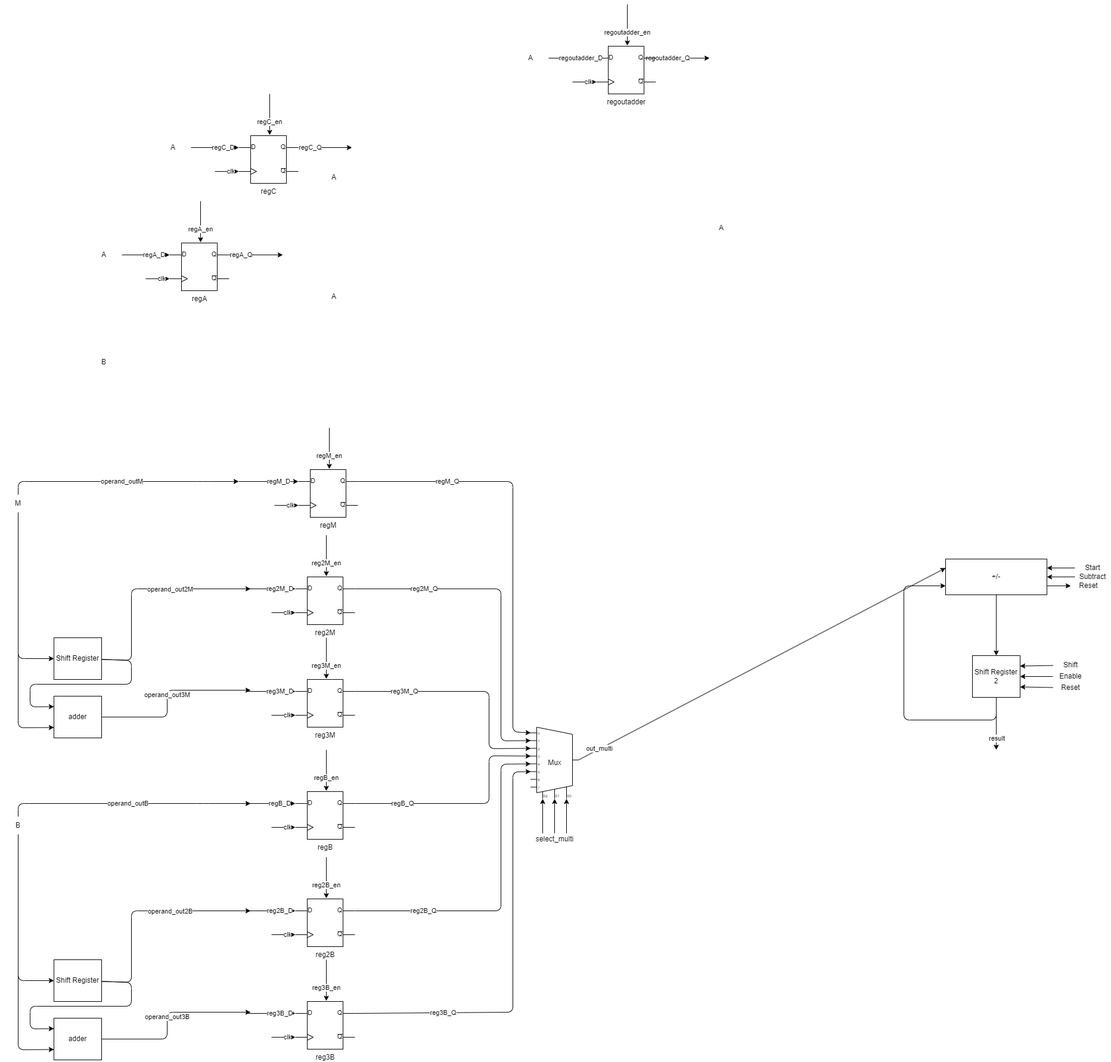
Before: montgomery_details.png, a diagram exported from draw.io (Tfloow/Montgomery). Source tidied: cells renumbered, new cells last; positions are measured from the earlier drawing's top-left corner, leaving out a move shared by most shapes.
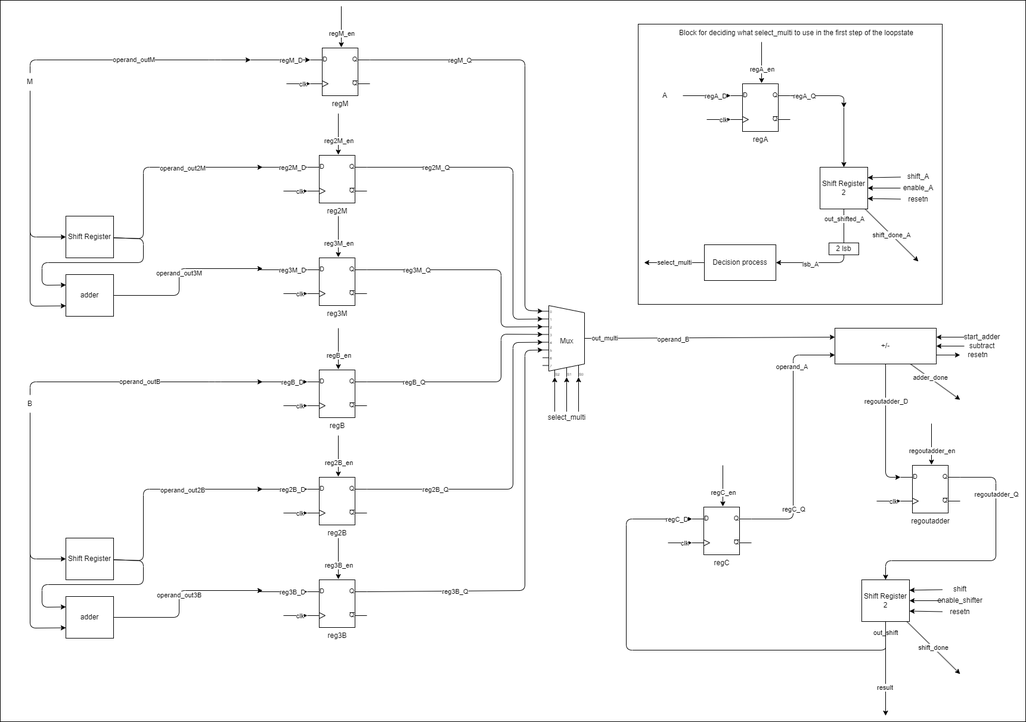
Above is the later version.

Commit message:
finished the details of montgomery

What changed in the source:
```diff
@@ -4,2 +4,8 @@
     <mxCell id="1" parent="0" />
+    <mxCell id="135" style="rounded=0;whiteSpace=wrap;html=1;" parent="1" vertex="1">
+      <mxGeometry x="-20" y="700" width="1720" height="1210" as="geometry" />
+    </mxCell>
+    <mxCell id="136" style="rounded=0;whiteSpace=wrap;html=1;" parent="1" vertex="1">
+      <mxGeometry x="1050" y="740" width="510" height="470" as="geometry" />
+    </mxCell>
     <mxCell id="2" style="edgeStyle=none;html=1;entryX=0;entryY=0.25;entryDx=0;entryDy=0;exitX=1;exitY=0.5;exitDx=0;exitDy=-5;exitPerimeter=0;" parent="1" edge="1" source="4" target="17">
@@ -10,2 +16,5 @@
     </mxCell>
+    <mxCell id="137" value="operand_B" style="edgeLabel;html=1;align=center;verticalAlign=middle;" parent="2" vertex="1">
+      <mxGeometry x="-0.32" y="-2" relative="1" as="geometry" />
+    </mxCell>
     <mxCell id="4" value="Mux" style="shadow=0;dashed=0;align=center;html=1;strokeWidth=1;shape=mxgraph.electrical.abstract.mux2;selectorPins=3;" parent="1" vertex="1">
@@ -76,5 +85,14 @@
     </mxCell>
-    <mxCell id="15" style="edgeStyle=none;html=1;entryX=0.5;entryY=0;entryDx=0;entryDy=0;" parent="1" edge="1" source="17" target="21">
-      <mxGeometry relative="1" as="geometry" />
+    <mxCell id="15" style="edgeStyle=none;html=1;entryX=0;entryY=0.25;entryDx=0;entryDy=0;entryPerimeter=0;" parent="1" edge="1" source="17" target="114">
+      <mxGeometry relative="1" as="geometry">
+        <Array as="points">
+          <mxPoint x="1465" y="1500" />
+        </Array>
+      </mxGeometry>
     </mxCell>
+    <mxCell id="116" value="regoutadder_D" style="edgeLabel;html=1;align=center;verticalAlign=middle;" parent="15" vertex="1">
+      <mxGeometry x="-0.79" y="-2" relative="1" as="geometry">
+        <mxPoint x="2" y="39" as="offset" />
+      </mxGeometry>
+    </mxCell>
     <mxCell id="16" style="edgeStyle=none;html=1;exitX=1;exitY=0.75;exitDx=0;exitDy=0;entryX=0;entryY=0.5;entryDx=0;entryDy=0;" parent="1" edge="1" source="17" target="30">
@@ -82,24 +100,38 @@
     </mxCell>
+    <mxCell id="138" style="edgeStyle=none;html=1;" parent="1" edge="1" source="17">
+      <mxGeometry relative="1" as="geometry">
+        <mxPoint x="1590" y="1370" as="targetPoint" />
+      </mxGeometry>
+    </mxCell>
+    <mxCell id="139" value="adder_done" style="edgeLabel;html=1;align=center;verticalAlign=middle;" parent="138" vertex="1">
+      <mxGeometry x="-0.22" y="1" relative="1" as="geometry" />
+    </mxCell>
     <mxCell id="17" value="+/-" style="rounded=0;whiteSpace=wrap;html=1;" parent="1" vertex="1">
-      <mxGeometry x="1586" y="930" width="170" height="60" as="geometry" />
+      <mxGeometry x="1380" y="1250" width="170" height="60" as="geometry" />
     </mxCell>
-    <mxCell id="18" style="edgeStyle=none;html=1;" parent="1" edge="1" source="21">
-      <mxGeometry relative="1" as="geometry">
-        <mxPoint x="1671" y="1250" as="targetPoint" />
-      </mxGeometry>
-    </mxCell>
+    <mxCell id="140" value="shift_done" style="edgeStyle=none;html=1;" parent="1" edge="1" source="21">
+      <mxGeometry relative="1" as="geometry">
+        <mxPoint x="1590" y="1830" as="targetPoint" />
+      </mxGeometry>
+    </mxCell>
+    <mxCell id="141" value="out_shift" style="edgeStyle=none;html=1;entryX=0;entryY=0.25;entryDx=0;entryDy=0;entryPerimeter=0;" parent="1" edge="1" source="21" target="104">
+      <mxGeometry x="-0.96" relative="1" as="geometry">
+        <Array as="points">
+          <mxPoint x="1465" y="1770" />
+          <mxPoint x="1465" y="1790" />
+          <mxPoint x="1030" y="1790" />
+          <mxPoint x="1030" y="1570" />
+        </Array>
+      </mxGeometry>
+    </mxCell>
+    <mxCell id="142" style="edgeStyle=none;html=1;" parent="1" edge="1" source="21">
+      <mxGeometry relative="1" as="geometry">
+        <mxPoint x="1465" y="1900" as="targetPoint" />
+      </mxGeometry>
+    </mxCell>
-    <mxCell id="19" value="result" style="edgeLabel;html=1;align=center;verticalAlign=middle;" parent="18" vertex="1">
-      <mxGeometry x="0.55" y="1" relative="1" as="geometry" />
+    <mxCell id="19" value="result" style="edgeLabel;html=1;align=center;verticalAlign=middle;" parent="142" vertex="1">
+      <mxGeometry x="0.39" y="-2" relative="1" as="geometry" />
     </mxCell>
-    <mxCell id="20" style="edgeStyle=none;html=1;entryX=0;entryY=0.75;entryDx=0;entryDy=0;" parent="1" edge="1" source="21" target="17">
-      <mxGeometry relative="1" as="geometry">
-        <Array as="points">
-          <mxPoint x="1671" y="1200" />
-          <mxPoint x="1516" y="1200" />
-          <mxPoint x="1516" y="975" />
-        </Array>
-      </mxGeometry>
-    </mxCell>
     <mxCell id="21" value="Shift Register 2" style="rounded=0;whiteSpace=wrap;html=1;" parent="1" vertex="1">
-      <mxGeometry x="1631" y="1092" width="80" height="70" as="geometry" />
+      <mxGeometry x="1425" y="1672" width="80" height="70" as="geometry" />
     </mxCell>
@@ -108,4 +140,4 @@
     </mxCell>
-    <mxCell id="23" value="Shift" style="text;html=1;strokeColor=none;fillColor=none;align=center;verticalAlign=middle;whiteSpace=wrap;rounded=0;" parent="1" vertex="1">
-      <mxGeometry x="1766" y="1093" width="60" height="30" as="geometry" />
+    <mxCell id="23" value="shift" style="text;html=1;strokeColor=none;fillColor=none;align=center;verticalAlign=middle;whiteSpace=wrap;rounded=0;" parent="1" vertex="1">
+      <mxGeometry x="1560" y="1673" width="60" height="30" as="geometry" />
     </mxCell>
@@ -114,4 +146,4 @@
     </mxCell>
-    <mxCell id="25" value="Reset" style="text;html=1;strokeColor=none;fillColor=none;align=center;verticalAlign=middle;whiteSpace=wrap;rounded=0;" parent="1" vertex="1">
-      <mxGeometry x="1766" y="1131" width="60" height="30" as="geometry" />
+    <mxCell id="25" value="resetn" style="text;html=1;strokeColor=none;fillColor=none;align=center;verticalAlign=middle;whiteSpace=wrap;rounded=0;" parent="1" vertex="1">
+      <mxGeometry x="1560" y="1711" width="60" height="30" as="geometry" />
     </mxCell>
@@ -120,4 +152,4 @@
     </mxCell>
-    <mxCell id="27" value="Enable" style="text;html=1;strokeColor=none;fillColor=none;align=center;verticalAlign=middle;whiteSpace=wrap;rounded=0;" parent="1" vertex="1">
-      <mxGeometry x="1766" y="1112" width="60" height="30" as="geometry" />
+    <mxCell id="27" value="enable_shifter" style="text;html=1;strokeColor=none;fillColor=none;align=center;verticalAlign=middle;whiteSpace=wrap;rounded=0;" parent="1" vertex="1">
+      <mxGeometry x="1560" y="1692" width="60" height="30" as="geometry" />
     </mxCell>
@@ -126,7 +158,7 @@
     </mxCell>
-    <mxCell id="29" value="Start" style="text;html=1;strokeColor=none;fillColor=none;align=center;verticalAlign=middle;whiteSpace=wrap;rounded=0;" parent="1" vertex="1">
-      <mxGeometry x="1803" y="930" width="60" height="30" as="geometry" />
+    <mxCell id="29" value="start_adder" style="text;html=1;strokeColor=none;fillColor=none;align=center;verticalAlign=middle;whiteSpace=wrap;rounded=0;" parent="1" vertex="1">
+      <mxGeometry x="1597" y="1250" width="60" height="30" as="geometry" />
     </mxCell>
-    <mxCell id="30" value="Reset" style="text;html=1;strokeColor=none;fillColor=none;align=center;verticalAlign=middle;whiteSpace=wrap;rounded=0;" parent="1" vertex="1">
-      <mxGeometry x="1796" y="960" width="60" height="30" as="geometry" />
+    <mxCell id="30" value="resetn" style="text;html=1;strokeColor=none;fillColor=none;align=center;verticalAlign=middle;whiteSpace=wrap;rounded=0;" parent="1" vertex="1">
+      <mxGeometry x="1590" y="1280" width="60" height="30" as="geometry" />
     </mxCell>
@@ -135,7 +167,7 @@
     </mxCell>
-    <mxCell id="32" value="Subtract" style="text;html=1;strokeColor=none;fillColor=none;align=center;verticalAlign=middle;whiteSpace=wrap;rounded=0;" parent="1" vertex="1">
-      <mxGeometry x="1803" y="945" width="60" height="30" as="geometry" />
+    <mxCell id="32" value="subtract" style="text;html=1;strokeColor=none;fillColor=none;align=center;verticalAlign=middle;whiteSpace=wrap;rounded=0;" parent="1" vertex="1">
+      <mxGeometry x="1597" y="1265" width="60" height="30" as="geometry" />
     </mxCell>
     <mxCell id="33" value="A" style="text;html=1;strokeColor=none;fillColor=none;align=center;verticalAlign=middle;whiteSpace=wrap;rounded=0;" parent="1" vertex="1">
-      <mxGeometry x="144" y="405" width="60" height="30" as="geometry" />
+      <mxGeometry x="1065" y="845" width="60" height="30" as="geometry" />
     </mxCell>
@@ -143,3 +175,6 @@
       <mxGeometry relative="1" as="geometry">
-        <mxPoint x="474" y="420" as="targetPoint" />
+        <mxPoint x="1395" y="880" as="targetPoint" />
+        <Array as="points">
+          <mxPoint x="1395" y="860" />
+        </Array>
       </mxGeometry>
@@ -150,3 +185,3 @@
     <mxCell id="36" value="regA&lt;br&gt;" style="verticalLabelPosition=bottom;shadow=0;dashed=0;align=center;html=1;verticalAlign=top;shape=mxgraph.electrical.logic_gates.d_type_flip-flop;" parent="1" vertex="1">
-      <mxGeometry x="284" y="400" width="100" height="80" as="geometry" />
+      <mxGeometry x="1205" y="840" width="100" height="80" as="geometry" />
     </mxCell>
@@ -160,3 +195,3 @@
       <mxGeometry relative="1" as="geometry">
-        <mxPoint x="336" y="330" as="sourcePoint" />
+        <mxPoint x="1257" y="770" as="sourcePoint" />
       </mxGeometry>
@@ -168,3 +203,3 @@
       <mxGeometry relative="1" as="geometry">
-        <mxPoint x="244" y="460" as="sourcePoint" />
+        <mxPoint x="1165" y="900" as="sourcePoint" />
       </mxGeometry>
@@ -212,5 +247,2 @@
     </mxCell>
-    <mxCell id="52" value="B" style="text;html=1;strokeColor=none;fillColor=none;align=center;verticalAlign=middle;whiteSpace=wrap;rounded=0;" parent="1" vertex="1">
-      <mxGeometry x="144" y="585" width="60" height="30" as="geometry" />
-    </mxCell>
     <mxCell id="53" style="edgeStyle=none;html=1;exitX=1;exitY=0.25;exitDx=0;exitDy=0;exitPerimeter=0;entryX=0;entryY=0.3791666666666667;entryDx=0;entryDy=3;entryPerimeter=0;" parent="1" edge="1" source="55" target="4">
@@ -253,5 +285,2 @@
     </mxCell>
-    <mxCell id="62" value="A" style="text;html=1;strokeColor=none;fillColor=none;align=center;verticalAlign=middle;whiteSpace=wrap;rounded=0;" parent="1" vertex="1">
-      <mxGeometry x="530" y="275" width="60" height="30" as="geometry" />
-    </mxCell>
     <mxCell id="63" style="edgeStyle=none;html=1;exitX=1;exitY=0.25;exitDx=0;exitDy=0;exitPerimeter=0;entryX=0;entryY=0.48750000000000004;entryDx=0;entryDy=3;entryPerimeter=0;" parent="1" edge="1" source="65" target="4">
@@ -294,5 +323,2 @@
     </mxCell>
-    <mxCell id="72" value="A" style="text;html=1;strokeColor=none;fillColor=none;align=center;verticalAlign=middle;whiteSpace=wrap;rounded=0;" parent="1" vertex="1">
-      <mxGeometry x="530" y="475" width="60" height="30" as="geometry" />
-    </mxCell>
     <mxCell id="73" style="edgeStyle=none;html=1;exitX=1;exitY=0.25;exitDx=0;exitDy=0;exitPerimeter=0;entryX=0;entryY=0.5958333333333334;entryDx=0;entryDy=3;entryPerimeter=0;" parent="1" edge="1" source="75" target="4">
@@ -373,5 +399,2 @@
     </mxCell>
-    <mxCell id="91" value="A" style="text;html=1;strokeColor=none;fillColor=none;align=center;verticalAlign=middle;whiteSpace=wrap;rounded=0;" parent="1" vertex="1">
-      <mxGeometry x="1180" y="360" width="60" height="30" as="geometry" />
-    </mxCell>
     <mxCell id="92" style="edgeStyle=none;html=1;exitX=1;exitY=0.25;exitDx=0;exitDy=0;exitPerimeter=0;entryX=0;entryY=0.27083333333333337;entryDx=0;entryDy=3;entryPerimeter=0;" parent="1" edge="1" source="94" target="4">
@@ -414,8 +437,8 @@
     </mxCell>
-    <mxCell id="101" value="A" style="text;html=1;strokeColor=none;fillColor=none;align=center;verticalAlign=middle;whiteSpace=wrap;rounded=0;" parent="1" vertex="1">
-      <mxGeometry x="260" y="225" width="60" height="30" as="geometry" />
-    </mxCell>
-    <mxCell id="102" style="edgeStyle=none;html=1;exitX=1;exitY=0.25;exitDx=0;exitDy=0;exitPerimeter=0;" parent="1" edge="1" source="104">
+    <mxCell id="102" style="edgeStyle=none;html=1;exitX=1;exitY=0.25;exitDx=0;exitDy=0;exitPerimeter=0;entryX=0;entryY=0.75;entryDx=0;entryDy=0;" parent="1" edge="1" source="104" target="17">
       <mxGeometry relative="1" as="geometry">
-        <mxPoint x="590" y="240" as="targetPoint" />
+        <Array as="points">
+          <mxPoint x="1310" y="1570" />
+          <mxPoint x="1310" y="1295" />
+        </Array>
       </mxGeometry>
@@ -425,7 +448,12 @@
     </mxCell>
+    <mxCell id="143" value="operand_A" style="edgeLabel;html=1;align=center;verticalAlign=middle;" parent="102" vertex="1">
+      <mxGeometry x="0.57" y="3" relative="1" as="geometry" />
+    </mxCell>
     <mxCell id="104" value="regC" style="verticalLabelPosition=bottom;shadow=0;dashed=0;align=center;html=1;verticalAlign=top;shape=mxgraph.electrical.logic_gates.d_type_flip-flop;" parent="1" vertex="1">
-      <mxGeometry x="400" y="220" width="100" height="80" as="geometry" />
+      <mxGeometry x="1140" y="1550" width="100" height="80" as="geometry" />
     </mxCell>
-    <mxCell id="105" style="edgeStyle=none;jettySize=auto;html=1;entryX=0;entryY=0.25;entryDx=0;entryDy=0;entryPerimeter=0;exitX=1;exitY=0.5;exitDx=0;exitDy=0;" parent="1" edge="1" source="101" target="104">
-      <mxGeometry relative="1" as="geometry" />
+    <mxCell id="105" style="edgeStyle=none;jettySize=auto;html=1;entryX=0;entryY=0.25;entryDx=0;entryDy=0;entryPerimeter=0;exitX=1;exitY=0.5;exitDx=0;exitDy=0;" parent="1" edge="1" target="104">
+      <mxGeometry relative="1" as="geometry">
+        <mxPoint x="1060" y="1570" as="sourcePoint" />
+      </mxGeometry>
     </mxCell>
@@ -436,3 +464,3 @@
       <mxGeometry relative="1" as="geometry">
-        <mxPoint x="452" y="150" as="sourcePoint" />
+        <mxPoint x="1192" y="1480" as="sourcePoint" />
       </mxGeometry>
@@ -444,3 +472,3 @@
       <mxGeometry relative="1" as="geometry">
-        <mxPoint x="360" y="280" as="sourcePoint" />
+        <mxPoint x="1100" y="1610" as="sourcePoint" />
       </mxGeometry>
@@ -450,8 +478,9 @@
     </mxCell>
-    <mxCell id="111" value="A" style="text;html=1;strokeColor=none;fillColor=none;align=center;verticalAlign=middle;whiteSpace=wrap;rounded=0;" parent="1" vertex="1">
-      <mxGeometry x="860" y="75" width="60" height="30" as="geometry" />
-    </mxCell>
-    <mxCell id="112" style="edgeStyle=none;html=1;exitX=1;exitY=0.25;exitDx=0;exitDy=0;exitPerimeter=0;" parent="1" edge="1" source="114">
+    <mxCell id="112" style="edgeStyle=none;html=1;exitX=1;exitY=0.25;exitDx=0;exitDy=0;exitPerimeter=0;entryX=0.5;entryY=0;entryDx=0;entryDy=0;" parent="1" edge="1" source="114" target="21">
       <mxGeometry relative="1" as="geometry">
-        <mxPoint x="1190" y="90" as="targetPoint" />
+        <Array as="points">
+          <mxPoint x="1650" y="1500" />
+          <mxPoint x="1650" y="1640" />
+          <mxPoint x="1465" y="1640" />
+        </Array>
       </mxGeometry>
@@ -462,13 +491,7 @@
     <mxCell id="114" value="regoutadder" style="verticalLabelPosition=bottom;shadow=0;dashed=0;align=center;html=1;verticalAlign=top;shape=mxgraph.electrical.logic_gates.d_type_flip-flop;" parent="1" vertex="1">
-      <mxGeometry x="1000" y="70" width="100" height="80" as="geometry" />
+      <mxGeometry x="1490" y="1480" width="100" height="80" as="geometry" />
     </mxCell>
-    <mxCell id="115" style="edgeStyle=none;jettySize=auto;html=1;entryX=0;entryY=0.25;entryDx=0;entryDy=0;entryPerimeter=0;exitX=1;exitY=0.5;exitDx=0;exitDy=0;" parent="1" edge="1" source="111" target="114">
-      <mxGeometry relative="1" as="geometry" />
-    </mxCell>
-    <mxCell id="116" value="regoutadder_D" style="edgeLabel;html=1;align=center;verticalAlign=middle;" parent="115" vertex="1">
-      <mxGeometry x="0.34" relative="1" as="geometry" />
-    </mxCell>
     <mxCell id="117" style="edgeStyle=none;jettySize=auto;html=1;entryX=0.52;entryY=-0.012;entryDx=0;entryDy=0;entryPerimeter=0;" parent="1" edge="1" target="114">
       <mxGeometry relative="1" as="geometry">
-        <mxPoint x="1052" as="sourcePoint" />
+        <mxPoint x="1542" y="1410" as="sourcePoint" />
       </mxGeometry>
@@ -480,3 +503,3 @@
       <mxGeometry relative="1" as="geometry">
-        <mxPoint x="960" y="130" as="sourcePoint" />
+        <mxPoint x="1450" y="1540" as="sourcePoint" />
       </mxGeometry>
@@ -567,2 +590,62 @@
     </mxCell>
+    <mxCell id="144" value="shift_done_A" style="edgeStyle=none;html=1;" parent="1" edge="1" source="148">
+      <mxGeometry relative="1" as="geometry">
+        <mxPoint x="1520" y="1138" as="targetPoint" />
+      </mxGeometry>
+    </mxCell>
+    <mxCell id="145" style="edgeStyle=none;html=1;entryX=1;entryY=0.5;entryDx=0;entryDy=0;" parent="1" edge="1" source="148" target="159">
+      <mxGeometry relative="1" as="geometry">
+        <Array as="points">
+          <mxPoint x="1395" y="1140" />
+        </Array>
+      </mxGeometry>
+    </mxCell>
+    <mxCell id="146" value="out_shifted_A" style="edgeLabel;html=1;align=center;verticalAlign=middle;" parent="145" vertex="1">
+      <mxGeometry x="-0.35" y="2" relative="1" as="geometry">
+        <mxPoint x="-2" y="-51" as="offset" />
+      </mxGeometry>
+    </mxCell>
+    <mxCell id="147" value="lsb_A" style="edgeLabel;html=1;align=center;verticalAlign=middle;" parent="145" vertex="1">
+      <mxGeometry x="0.44" y="2" relative="1" as="geometry" />
+    </mxCell>
+    <mxCell id="148" value="Shift Register 2" style="rounded=0;whiteSpace=wrap;html=1;" parent="1" vertex="1">
+      <mxGeometry x="1355" y="980" width="80" height="70" as="geometry" />
+    </mxCell>
+    <mxCell id="149" style="edgeStyle=none;html=1;entryX=1;entryY=0.25;entryDx=0;entryDy=0;" parent="1" edge="1" source="150" target="148">
+      <mxGeometry relative="1" as="geometry" />
+    </mxCell>
+    <mxCell id="150" value="shift_A" style="text;html=1;strokeColor=none;fillColor=none;align=center;verticalAlign=middle;whiteSpace=wrap;rounded=0;" parent="1" vertex="1">
+      <mxGeometry x="1490" y="981" width="60" height="30" as="geometry" />
+    </mxCell>
+    <mxCell id="151" style="edgeStyle=none;html=1;entryX=1;entryY=0.75;entryDx=0;entryDy=0;" parent="1" edge="1" source="152" target="148">
+      <mxGeometry relative="1" as="geometry" />
+    </mxCell>
+    <mxCell id="152" value="resetn" style="text;html=1;strokeColor=none;fillColor=none;align=center;verticalAlign=middle;whiteSpace=wrap;rounded=0;" parent="1" vertex="1">
+      <mxGeometry x="1490" y="1019" width="60" height="30" as="geometry" />
+    </mxCell>
+    <mxCell id="153" style="edgeStyle=none;html=1;entryX=1;entryY=0.5;entryDx=0;entryDy=0;" parent="1" edge="1" source="154" target="148">
+      <mxGeometry relative="1" as="geometry" />
+    </mxCell>
+    <mxCell id="154" value="enable_A" style="text;html=1;strokeColor=none;fillColor=none;align=center;verticalAlign=middle;whiteSpace=wrap;rounded=0;" parent="1" vertex="1">
+      <mxGeometry x="1490" y="1000" width="60" height="30" as="geometry" />
+    </mxCell>
+    <mxCell id="155" style="edgeStyle=none;jettySize=auto;html=1;entryX=0.5;entryY=0;entryDx=0;entryDy=0;" parent="1" edge="1" target="148">
+      <mxGeometry relative="1" as="geometry">
+        <mxPoint x="1395" y="880" as="sourcePoint" />
+      </mxGeometry>
+    </mxCell>
+    <mxCell id="156" value="2 lsb" style="whiteSpace=wrap;html=1;" parent="1" vertex="1">
+      <mxGeometry x="1370" y="1106.9" width="50" height="20" as="geometry" />
+    </mxCell>
+    <mxCell id="157" value="Block for deciding what select_multi to use in the first step of the loopstate" style="text;html=1;align=center;verticalAlign=middle;strokeColor=none;fillColor=none;" parent="1" vertex="1">
+      <mxGeometry x="1105" y="740" width="420" height="30" as="geometry" />
+    </mxCell>
+    <mxCell id="158" value="select_multi" style="edgeStyle=none;html=1;" parent="1" edge="1" source="159">
+      <mxGeometry relative="1" as="geometry">
+        <mxPoint x="1060" y="1140" as="targetPoint" />
+      </mxGeometry>
+    </mxCell>
+    <mxCell id="159" value="Decision process" style="rounded=0;whiteSpace=wrap;html=1;" parent="1" vertex="1">
+      <mxGeometry x="1161" y="1110" width="120" height="60" as="geometry" />
+    </mxCell>
   </root>
```
